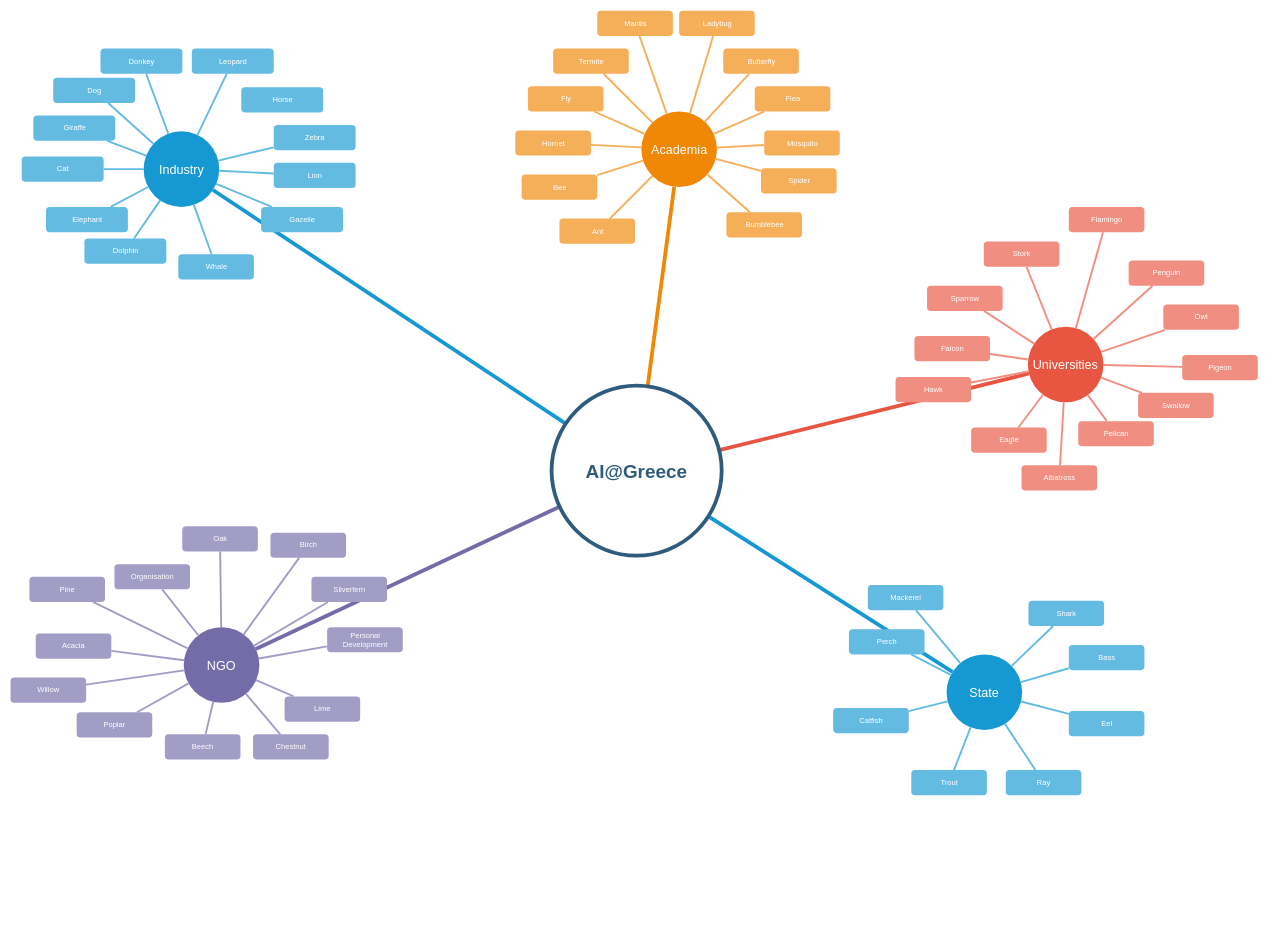
Above: map.drawio in Kostis-S-Z/greek-ai-repo (draw.io), before the change. Source tidied: cells renumbered, new cells numbered last; positions are measured from the earlier drawing's top-left corner, leaving out a move shared by most shapes. Both pictures are drawn from the tidied source at 63%, with x=0, y=0 at pixel (10, 11).
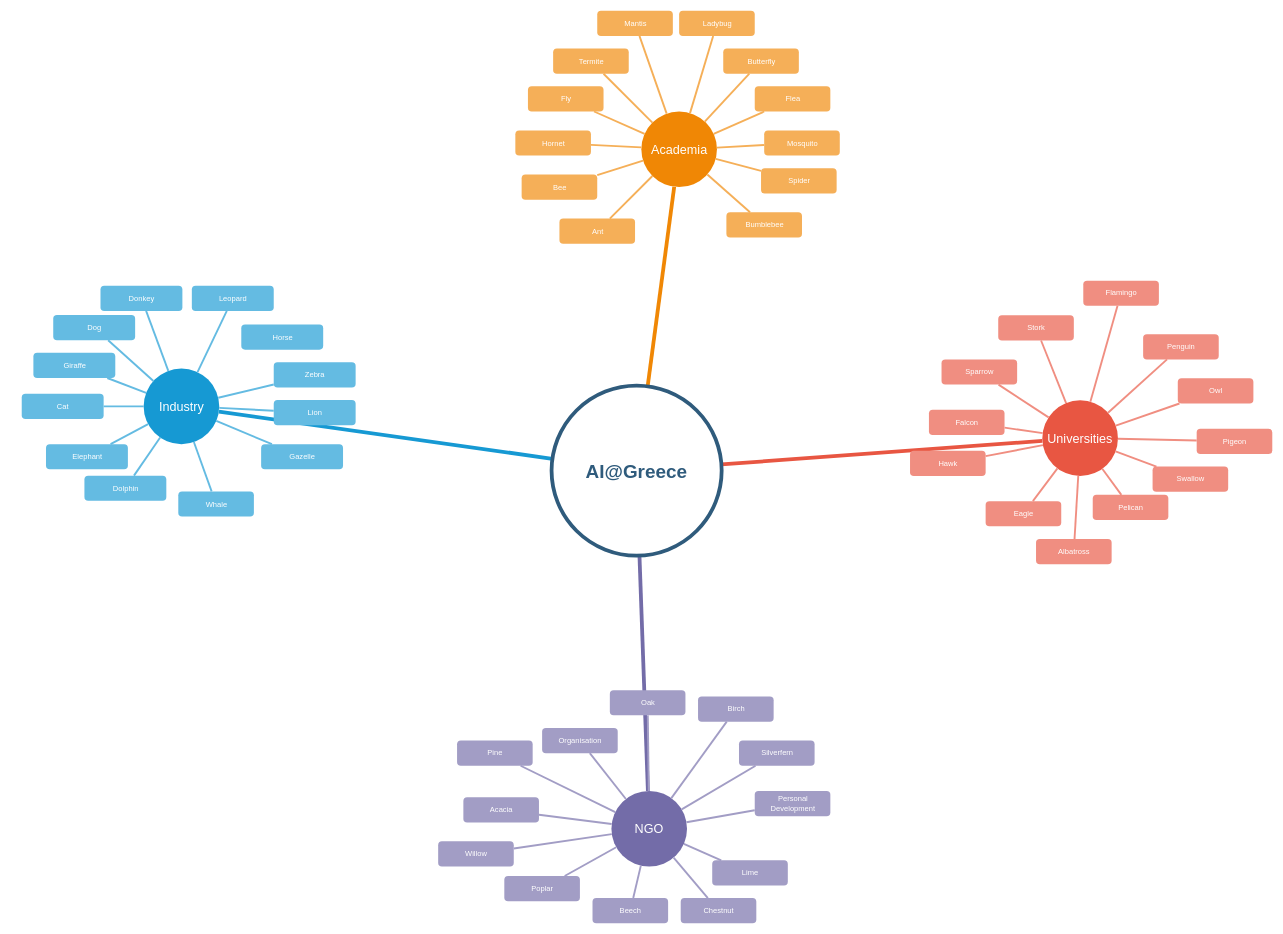
Above is the later version.

The change refers to these unchanged cells:
```xml
<mxCell id="98" value="AI@Greece" style="ellipse;whiteSpace=wrap;html=1;shadow=0;fontFamily=Helvetica;fontSize=30;fontColor=#2F5B7C;align=center;strokeColor=#2F5B7C;strokeWidth=6;fillColor=#FFFFFF;fontStyle=1;gradientColor=none;" parent="1" vertex="1">
  <mxGeometry x="859" y="594.5" width="270" height="270" as="geometry" />
</mxCell>
```

Diff of the diagram source:
```diff
@@
     <mxCell id="2" value="Industry" style="ellipse;whiteSpace=wrap;html=1;shadow=0;fontFamily=Helvetica;fontSize=20;fontColor=#FFFFFF;align=center;strokeWidth=3;fillColor=#1699D3;strokeColor=none;" parent="1" vertex="1">
-      <mxGeometry x="211.5" y="191" width="120" height="120" as="geometry" />
+      <mxGeometry x="211.5" y="567.5" width="120" height="120" as="geometry" />
     </mxCell>
@@
     <mxCell id="4" value="Universities" style="ellipse;whiteSpace=wrap;html=1;shadow=0;fontFamily=Helvetica;fontSize=20;fontColor=#FFFFFF;align=center;strokeWidth=3;fillColor=#E85642;strokeColor=none;" parent="1" vertex="1">
-      <mxGeometry x="1615" y="501" width="120" height="120" as="geometry" />
+      <mxGeometry x="1638" y="618" width="120" height="120" as="geometry" />
     </mxCell>
-    <mxCell id="5" value="State" style="ellipse;whiteSpace=wrap;html=1;shadow=0;fontFamily=Helvetica;fontSize=20;fontColor=#FFFFFF;align=center;strokeWidth=3;fillColor=#1699D3;strokeColor=none;" parent="1" vertex="1">
-      <mxGeometry x="1486" y="1021.2" width="120" height="120" as="geometry" />
-    </mxCell>
@@
     <mxCell id="7" value="Dolphin" style="rounded=1;fillColor=#64BBE2;strokeColor=none;strokeWidth=3;shadow=0;html=1;fontColor=#FFFFFF;" parent="1" vertex="1">
-      <mxGeometry x="117.5" y="361" width="130" height="40" as="geometry" />
+      <mxGeometry x="117.5" y="737.5" width="130" height="40" as="geometry" />
     </mxCell>
@@
-    <mxCell id="11" style="endArrow=none;strokeWidth=6;strokeColor=#1699D3;html=1;" parent="1" edge="1" source="98" target="5">
-      <mxGeometry relative="1" as="geometry" />
-    </mxCell>
@@
     <mxCell id="13" value="Lion" style="rounded=1;fillColor=#64BBE2;strokeColor=none;strokeWidth=3;shadow=0;html=1;fontColor=#FFFFFF;" parent="1" vertex="1">
-      <mxGeometry x="418" y="241" width="130" height="40" as="geometry" />
+      <mxGeometry x="418" y="617.5" width="130" height="40" as="geometry" />
     </mxCell>
     <mxCell id="14" value="Elephant" style="rounded=1;fillColor=#64BBE2;strokeColor=none;strokeWidth=3;shadow=0;html=1;fontColor=#FFFFFF;" parent="1" vertex="1">
-      <mxGeometry x="56.5" y="311" width="130" height="40" as="geometry" />
+      <mxGeometry x="56.5" y="687.5" width="130" height="40" as="geometry" />
     </mxCell>
     <mxCell id="15" value="Cat" style="rounded=1;fillColor=#64BBE2;strokeColor=none;strokeWidth=3;shadow=0;html=1;fontColor=#FFFFFF;" parent="1" vertex="1">
-      <mxGeometry x="18" y="231" width="130" height="40" as="geometry" />
+      <mxGeometry x="18" y="607.5" width="130" height="40" as="geometry" />
     </mxCell>
     <mxCell id="16" value="Giraffe" style="rounded=1;fillColor=#64BBE2;strokeColor=none;strokeWidth=3;shadow=0;html=1;fontColor=#FFFFFF;" parent="1" vertex="1">
-      <mxGeometry x="36.5" y="166" width="130" height="40" as="geometry" />
+      <mxGeometry x="36.5" y="542.5" width="130" height="40" as="geometry" />
     </mxCell>
     <mxCell id="17" value="Dog" style="rounded=1;fillColor=#64BBE2;strokeColor=none;strokeWidth=3;shadow=0;html=1;fontColor=#FFFFFF;" parent="1" vertex="1">
-      <mxGeometry x="68" y="106" width="130" height="40" as="geometry" />
+      <mxGeometry x="68" y="482.5" width="130" height="40" as="geometry" />
     </mxCell>
     <mxCell id="18" value="Donkey" style="rounded=1;fillColor=#64BBE2;strokeColor=none;strokeWidth=3;shadow=0;html=1;fontColor=#FFFFFF;" parent="1" vertex="1">
-      <mxGeometry x="143" y="59.5" width="130" height="40" as="geometry" />
+      <mxGeometry x="143" y="436" width="130" height="40" as="geometry" />
     </mxCell>
     <mxCell id="19" value="Leopard" style="rounded=1;fillColor=#64BBE2;strokeColor=none;strokeWidth=3;shadow=0;html=1;fontColor=#FFFFFF;" parent="1" vertex="1">
-      <mxGeometry x="288" y="59.5" width="130" height="40" as="geometry" />
+      <mxGeometry x="288" y="436" width="130" height="40" as="geometry" />
     </mxCell>
     <mxCell id="20" value="Horse" style="rounded=1;fillColor=#64BBE2;strokeColor=none;strokeWidth=3;shadow=0;html=1;fontColor=#FFFFFF;" parent="1" vertex="1">
-      <mxGeometry x="366.5" y="121" width="130" height="40" as="geometry" />
+      <mxGeometry x="366.5" y="497.5" width="130" height="40" as="geometry" />
     </mxCell>
     <mxCell id="21" value="Zebra" style="rounded=1;fillColor=#64BBE2;strokeColor=none;strokeWidth=3;shadow=0;html=1;fontColor=#FFFFFF;" parent="1" vertex="1">
-      <mxGeometry x="418" y="181" width="130" height="40" as="geometry" />
+      <mxGeometry x="418" y="557.5" width="130" height="40" as="geometry" />
     </mxCell>
     <mxCell id="22" value="Gazelle" style="rounded=1;fillColor=#64BBE2;strokeColor=none;strokeWidth=3;shadow=0;html=1;fontColor=#FFFFFF;" parent="1" vertex="1">
-      <mxGeometry x="398" y="311" width="130" height="40" as="geometry" />
+      <mxGeometry x="398" y="687.5" width="130" height="40" as="geometry" />
     </mxCell>
@@
     <mxCell id="56" value="Eagle" style="rounded=1;fillColor=#f08e81;strokeColor=none;strokeWidth=3;shadow=0;html=1;fontColor=#FFFFFF;" parent="1" vertex="1">
-      <mxGeometry x="1525" y="661" width="120" height="40" as="geometry" />
+      <mxGeometry x="1548" y="778" width="120" height="40" as="geometry" />
     </mxCell>
     <mxCell id="57" value="Pigeon" style="rounded=1;fillColor=#f08e81;strokeColor=none;strokeWidth=3;shadow=0;html=1;fontColor=#FFFFFF;" parent="1" vertex="1">
-      <mxGeometry x="1860" y="546" width="120" height="40" as="geometry" />
+      <mxGeometry x="1883" y="663" width="120" height="40" as="geometry" />
     </mxCell>
     <mxCell id="58" value="Hawk" style="rounded=1;fillColor=#f08e81;strokeColor=none;strokeWidth=3;shadow=0;html=1;fontColor=#FFFFFF;" parent="1" vertex="1">
-      <mxGeometry x="1405" y="581" width="120" height="40" as="geometry" />
+      <mxGeometry x="1428" y="698" width="120" height="40" as="geometry" />
     </mxCell>
     <mxCell id="59" value="Falcon" style="rounded=1;fillColor=#f08e81;strokeColor=none;strokeWidth=3;shadow=0;html=1;fontColor=#FFFFFF;" parent="1" vertex="1">
-      <mxGeometry x="1435" y="516" width="120" height="40" as="geometry" />
+      <mxGeometry x="1458" y="633" width="120" height="40" as="geometry" />
     </mxCell>
     <mxCell id="60" value="Sparrow" style="rounded=1;fillColor=#f08e81;strokeColor=none;strokeWidth=3;shadow=0;html=1;fontColor=#FFFFFF;" parent="1" vertex="1">
-      <mxGeometry x="1455" y="436" width="120" height="40" as="geometry" />
+      <mxGeometry x="1478" y="553" width="120" height="40" as="geometry" />
     </mxCell>
     <mxCell id="61" value="Stork" style="rounded=1;fillColor=#f08e81;strokeColor=none;strokeWidth=3;shadow=0;html=1;fontColor=#FFFFFF;" parent="1" vertex="1">
-      <mxGeometry x="1545" y="366" width="120" height="40" as="geometry" />
+      <mxGeometry x="1568" y="483" width="120" height="40" as="geometry" />
     </mxCell>
     <mxCell id="62" value="Flamingo" style="rounded=1;fillColor=#f08e81;strokeColor=none;strokeWidth=3;shadow=0;html=1;fontColor=#FFFFFF;" parent="1" vertex="1">
-      <mxGeometry x="1680" y="311" width="120" height="40" as="geometry" />
+      <mxGeometry x="1703" y="428" width="120" height="40" as="geometry" />
     </mxCell>
     <mxCell id="63" value="Penguin" style="rounded=1;fillColor=#f08e81;strokeColor=none;strokeWidth=3;shadow=0;html=1;fontColor=#FFFFFF;" parent="1" vertex="1">
-      <mxGeometry x="1775" y="396" width="120" height="40" as="geometry" />
+      <mxGeometry x="1798" y="513" width="120" height="40" as="geometry" />
     </mxCell>
     <mxCell id="64" value="Owl" style="rounded=1;fillColor=#f08e81;strokeColor=none;strokeWidth=3;shadow=0;html=1;fontColor=#FFFFFF;" parent="1" vertex="1">
-      <mxGeometry x="1830" y="466" width="120" height="40" as="geometry" />
+      <mxGeometry x="1853" y="583" width="120" height="40" as="geometry" />
     </mxCell>
     <mxCell id="65" value="Albatross" style="rounded=1;fillColor=#f08e81;strokeColor=none;strokeWidth=3;shadow=0;html=1;fontColor=#FFFFFF;" parent="1" vertex="1">
-      <mxGeometry x="1605" y="721" width="120" height="40" as="geometry" />
+      <mxGeometry x="1628" y="838" width="120" height="40" as="geometry" />
     </mxCell>
     <mxCell id="66" value="Pelican" style="rounded=1;fillColor=#f08e81;strokeColor=none;strokeWidth=3;shadow=0;html=1;fontColor=#FFFFFF;" parent="1" vertex="1">
-      <mxGeometry x="1695" y="651" width="120" height="40" as="geometry" />
+      <mxGeometry x="1718" y="768" width="120" height="40" as="geometry" />
     </mxCell>
     <mxCell id="67" value="Swallow" style="rounded=1;fillColor=#f08e81;strokeColor=none;strokeWidth=3;shadow=0;html=1;fontColor=#FFFFFF;" parent="1" vertex="1">
-      <mxGeometry x="1790" y="606" width="120" height="40" as="geometry" />
+      <mxGeometry x="1813" y="723" width="120" height="40" as="geometry" />
     </mxCell>
@@
-    <mxCell id="80" value="Perch" style="rounded=1;fillColor=#64BBE2;strokeColor=none;strokeWidth=3;shadow=0;html=1;fontColor=#FFFFFF;" parent="1" vertex="1">
-      <mxGeometry x="1331" y="981.2" width="120" height="40" as="geometry" />
-    </mxCell>
-    <mxCell id="81" value="Mackerel" style="rounded=1;fillColor=#64BBE2;strokeColor=none;strokeWidth=3;shadow=0;html=1;fontColor=#FFFFFF;" parent="1" vertex="1">
-      <mxGeometry x="1361" y="911.2" width="120" height="40" as="geometry" />
-    </mxCell>
-    <mxCell id="82" value="Shark" style="rounded=1;fillColor=#64BBE2;strokeColor=none;strokeWidth=3;shadow=0;html=1;fontColor=#FFFFFF;" parent="1" vertex="1">
-      <mxGeometry x="1616" y="936.2" width="120" height="40" as="geometry" />
-    </mxCell>
     <mxCell id="83" value="Whale" style="rounded=1;fillColor=#64BBE2;strokeColor=none;strokeWidth=3;shadow=0;html=1;fontColor=#FFFFFF;" parent="1" vertex="1">
-      <mxGeometry x="266.5" y="386" width="120" height="40" as="geometry" />
+      <mxGeometry x="266.5" y="762.5" width="120" height="40" as="geometry" />
     </mxCell>
-    <mxCell id="84" value="Bass" style="rounded=1;fillColor=#64BBE2;strokeColor=none;strokeWidth=3;shadow=0;html=1;fontColor=#FFFFFF;" parent="1" vertex="1">
-      <mxGeometry x="1680" y="1006.2" width="120" height="40" as="geometry" />
-    </mxCell>
-    <mxCell id="85" value="Eel" style="rounded=1;fillColor=#64BBE2;strokeColor=none;strokeWidth=3;shadow=0;html=1;fontColor=#FFFFFF;" parent="1" vertex="1">
-      <mxGeometry x="1680" y="1111.2" width="120" height="40" as="geometry" />
-    </mxCell>
-    <mxCell id="86" value="Ray" style="rounded=1;fillColor=#64BBE2;strokeColor=none;strokeWidth=3;shadow=0;html=1;fontColor=#FFFFFF;" parent="1" vertex="1">
-      <mxGeometry x="1580" y="1204.8" width="120" height="40" as="geometry" />
-    </mxCell>
-    <mxCell id="87" value="Trout" style="rounded=1;fillColor=#64BBE2;strokeColor=none;strokeWidth=3;shadow=0;html=1;fontColor=#FFFFFF;" parent="1" vertex="1">
-      <mxGeometry x="1430" y="1204.8" width="120" height="40" as="geometry" />
-    </mxCell>
-    <mxCell id="88" value="Catfish" style="rounded=1;fillColor=#64BBE2;strokeColor=none;strokeWidth=3;shadow=0;html=1;fontColor=#FFFFFF;" parent="1" vertex="1">
-      <mxGeometry x="1306" y="1106.2" width="120" height="40" as="geometry" />
-    </mxCell>
-    <mxCell id="89" style="edgeStyle=none;endArrow=none;strokeWidth=3;strokeColor=#64BBE2;html=1;" parent="1" edge="1" source="5" target="80">
-      <mxGeometry x="-24" y="196.5" as="geometry" />
-    </mxCell>
-    <mxCell id="90" style="edgeStyle=none;endArrow=none;strokeWidth=3;strokeColor=#64BBE2;html=1;" parent="1" edge="1" source="5" target="81">
-      <mxGeometry x="-24" y="196.5" as="geometry" />
-    </mxCell>
-    <mxCell id="91" style="edgeStyle=none;endArrow=none;strokeWidth=3;strokeColor=#64BBE2;html=1;" parent="1" edge="1" source="5" target="82">
-      <mxGeometry x="-24" y="196.5" as="geometry" />
-    </mxCell>
-    <mxCell id="92" style="edgeStyle=none;endArrow=none;strokeWidth=3;strokeColor=#64BBE2;html=1;" parent="1" edge="1" source="5" target="84">
-      <mxGeometry x="-24" y="196.5" as="geometry" />
-    </mxCell>
-    <mxCell id="93" style="edgeStyle=none;endArrow=none;strokeWidth=3;strokeColor=#64BBE2;html=1;" parent="1" edge="1" source="5" target="85">
-      <mxGeometry x="-24" y="196.5" as="geometry" />
-    </mxCell>
-    <mxCell id="94" style="edgeStyle=none;endArrow=none;strokeWidth=3;strokeColor=#64BBE2;html=1;" parent="1" edge="1" source="5" target="86">
-      <mxGeometry x="-24" y="196.5" as="geometry" />
-    </mxCell>
-    <mxCell id="95" style="edgeStyle=none;endArrow=none;strokeWidth=3;strokeColor=#64BBE2;html=1;" parent="1" edge="1" source="5" target="87">
-      <mxGeometry x="-24" y="196.5" as="geometry" />
-    </mxCell>
-    <mxCell id="96" style="edgeStyle=none;endArrow=none;strokeWidth=3;strokeColor=#64BBE2;html=1;" parent="1" edge="1" source="5" target="88">
-      <mxGeometry x="-24" y="196.5" as="geometry" />
-    </mxCell>
@@
     <mxCell id="99" value="NGO" style="ellipse;whiteSpace=wrap;html=1;shadow=0;fontFamily=Helvetica;fontSize=20;fontColor=#FFFFFF;align=center;strokeWidth=3;fillColor=#736ca8;strokeColor=none;" parent="1" vertex="1">
-      <mxGeometry x="275.2" y="978" width="120" height="120" as="geometry" />
+      <mxGeometry x="954" y="1238" width="120" height="120" as="geometry" />
     </mxCell>
     <mxCell id="100" value="Organisation" style="rounded=1;fillColor=#a29dc5;strokeColor=none;strokeWidth=3;shadow=0;html=1;fontColor=#FFFFFF;" parent="1" vertex="1">
-      <mxGeometry x="165.2" y="878" width="120" height="40" as="geometry" />
+      <mxGeometry x="844" y="1138" width="120" height="40" as="geometry" />
     </mxCell>
     <mxCell id="101" value="Oak" style="rounded=1;fillColor=#a29dc5;strokeColor=none;strokeWidth=3;shadow=0;html=1;fontColor=#FFFFFF;" parent="1" vertex="1">
-      <mxGeometry x="272.8" y="818" width="120" height="40" as="geometry" />
+      <mxGeometry x="951.5" y="1078" width="120" height="40" as="geometry" />
     </mxCell>
     <mxCell id="102" value="Birch" style="rounded=1;fillColor=#a29dc5;strokeColor=none;strokeWidth=3;shadow=0;html=1;fontColor=#FFFFFF;" parent="1" vertex="1">
-      <mxGeometry x="412.8" y="828" width="120" height="40" as="geometry" />
+      <mxGeometry x="1091.5" y="1088" width="120" height="40" as="geometry" />
     </mxCell>
     <mxCell id="103" value="Silverfern" style="rounded=1;fillColor=#a29dc5;strokeColor=none;strokeWidth=3;shadow=0;html=1;fontColor=#FFFFFF;" parent="1" vertex="1">
-      <mxGeometry x="477.8" y="898" width="120" height="40" as="geometry" />
+      <mxGeometry x="1156.5" y="1158" width="120" height="40" as="geometry" />
     </mxCell>
     <mxCell id="104" value="Personal &#10;Development" style="rounded=1;fillColor=#a29dc5;strokeColor=none;strokeWidth=3;shadow=0;html=1;fontColor=#FFFFFF;" parent="1" vertex="1">
-      <mxGeometry x="502.8" y="978" width="120" height="40" as="geometry" />
+      <mxGeometry x="1181.5" y="1238" width="120" height="40" as="geometry" />
     </mxCell>
     <mxCell id="105" value="Pine" style="rounded=1;fillColor=#a29dc5;strokeColor=none;strokeWidth=3;shadow=0;html=1;fontColor=#FFFFFF;" parent="1" vertex="1">
-      <mxGeometry x="30.2" y="898" width="120" height="40" as="geometry" />
+      <mxGeometry x="709" y="1158" width="120" height="40" as="geometry" />
     </mxCell>
     <mxCell id="106" value="Lime" style="rounded=1;fillColor=#a29dc5;strokeColor=none;strokeWidth=3;shadow=0;html=1;fontColor=#FFFFFF;" parent="1" vertex="1">
-      <mxGeometry x="435.2" y="1088" width="120" height="40" as="geometry" />
+      <mxGeometry x="1114" y="1348" width="120" height="40" as="geometry" />
     </mxCell>
     <mxCell id="107" value="Chestnut" style="rounded=1;fillColor=#a29dc5;strokeColor=none;strokeWidth=3;shadow=0;html=1;fontColor=#FFFFFF;" parent="1" vertex="1">
-      <mxGeometry x="385.2" y="1148" width="120" height="40" as="geometry" />
+      <mxGeometry x="1064" y="1408" width="120" height="40" as="geometry" />
     </mxCell>
     <mxCell id="108" value="Beech" style="rounded=1;fillColor=#a29dc5;strokeColor=none;strokeWidth=3;shadow=0;html=1;fontColor=#FFFFFF;" parent="1" vertex="1">
-      <mxGeometry x="245.2" y="1148" width="120" height="40" as="geometry" />
+      <mxGeometry x="924" y="1408" width="120" height="40" as="geometry" />
     </mxCell>
     <mxCell id="109" value="Poplar" style="rounded=1;fillColor=#a29dc5;strokeColor=none;strokeWidth=3;shadow=0;html=1;fontColor=#FFFFFF;" parent="1" vertex="1">
-      <mxGeometry x="105.2" y="1113" width="120" height="40" as="geometry" />
+      <mxGeometry x="784" y="1373" width="120" height="40" as="geometry" />
     </mxCell>
     <mxCell id="110" value="Willow" style="rounded=1;fillColor=#a29dc5;strokeColor=none;strokeWidth=3;shadow=0;html=1;fontColor=#FFFFFF;" parent="1" vertex="1">
-      <mxGeometry x="0.2" y="1058" width="120" height="40" as="geometry" />
+      <mxGeometry x="679" y="1318" width="120" height="40" as="geometry" />
     </mxCell>
@@
     <mxCell id="112" value="Acacia" style="rounded=1;fillColor=#a29dc5;strokeColor=none;strokeWidth=3;shadow=0;html=1;fontColor=#FFFFFF;" parent="1" vertex="1">
-      <mxGeometry x="40.2" y="988" width="120" height="40" as="geometry" />
+      <mxGeometry x="719" y="1248" width="120" height="40" as="geometry" />
     </mxCell>
```
